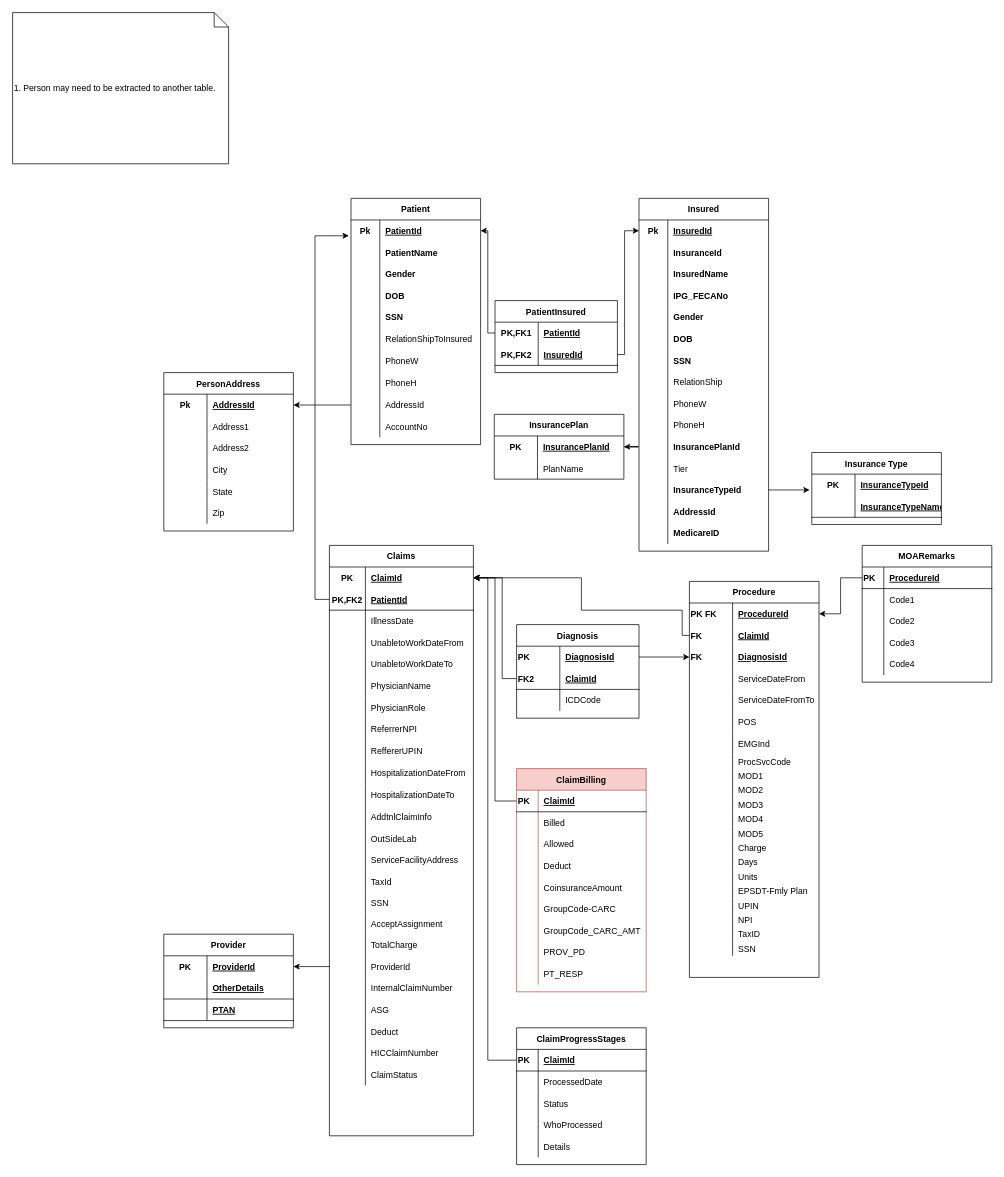
Earlier version of the draw.io diagram Coding-Billing.drawio (zedler/BlueStreak). Source tidied: cells renumbered, new cells numbered last; positions are measured from the earlier drawing's top-left corner, leaving out a move shared by most shapes. Both pictures are drawn from the tidied source at 72%, with x=0, y=0 at pixel (12, 12).
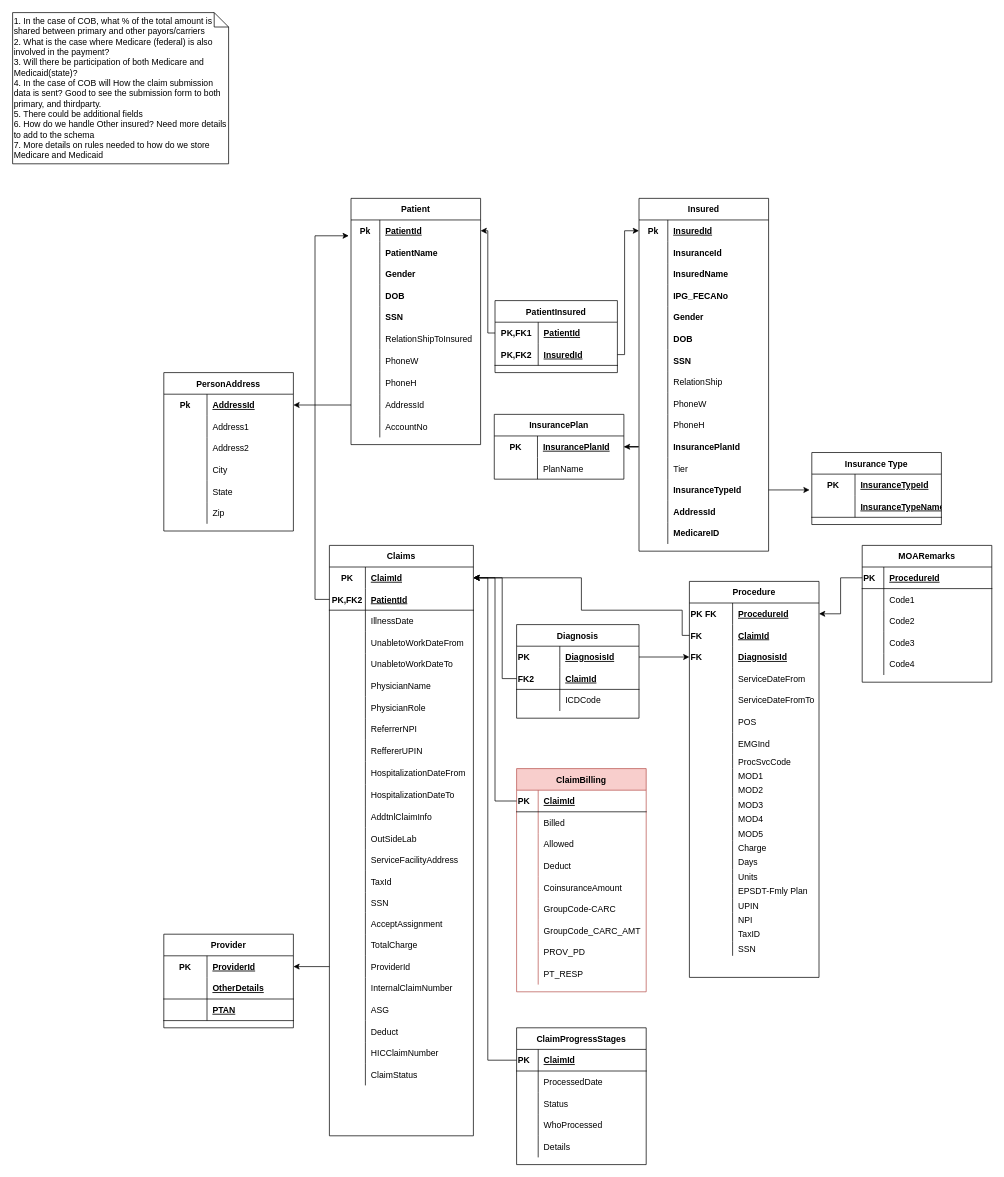
The same diagram, later.

Change to the diagram source:
```diff
@@
-    <mxCell id="202" value="1. Person may need to be extracted to another table.&lt;br&gt;" style="shape=note;size=20;whiteSpace=wrap;html=1;align=left;" parent="1" vertex="1">
+    <mxCell id="202" value="&lt;div&gt;1. In the case of COB, what % of the total amount is shared between primary and other payors/carriers&lt;/div&gt;&lt;div&gt;2. What is the case where Medicare (federal) is also involved in the payment?&lt;/div&gt;&lt;div&gt;3. Will there be participation of both Medicare and Medicaid(state)?&lt;/div&gt;&lt;div&gt;4. In the case of COB will How the claim submission data is sent? Good to see the submission form to both primary, and thirdparty.&lt;/div&gt;&lt;div&gt;5. There could be additional fields&lt;/div&gt;&lt;div&gt;6. How do we handle Other insured? Need more details to add to the schema&lt;/div&gt;&lt;div&gt;7. More details on rules needed to how do we store Medicare and Medicaid&lt;/div&gt;" style="shape=note;size=20;whiteSpace=wrap;html=1;align=left;" parent="1" vertex="1">
       <mxGeometry width="300" height="210" as="geometry" />
     </mxCell>
```
